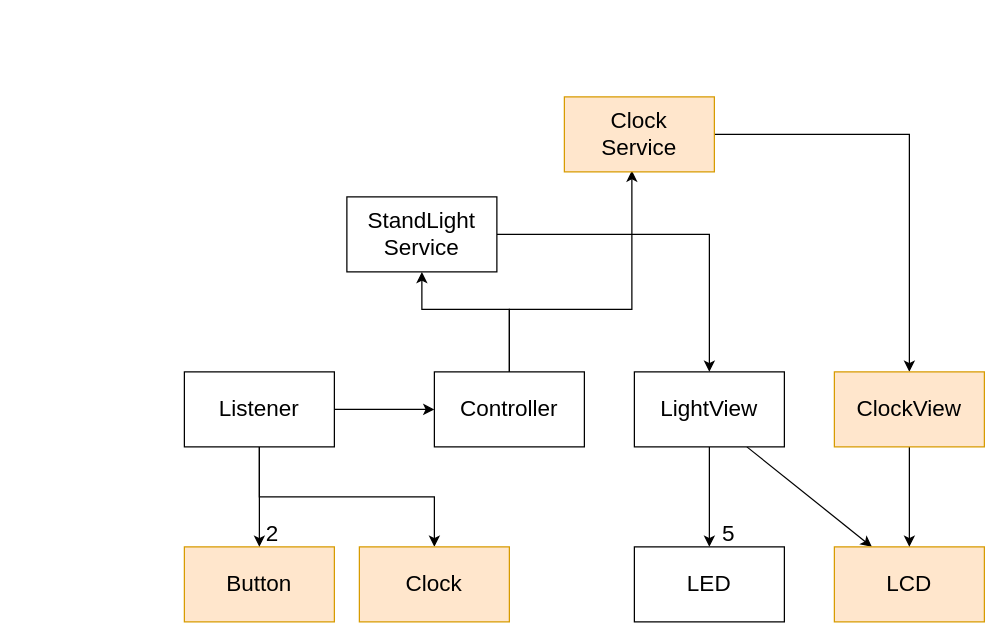
Earlier version of the draw.io diagram page "페이지-1" (1 of 2) of sw_design/architecture.drawio (kingyeonsu/StandLight_with_Clock-Temperature). Source tidied: cells renumbered, new cells numbered last; positions are measured from the earlier drawing's top-left corner, leaving out a move shared by most shapes. Both pictures are drawn from the tidied source at 125%, with x=0, y=0 at pixel (184, 96).
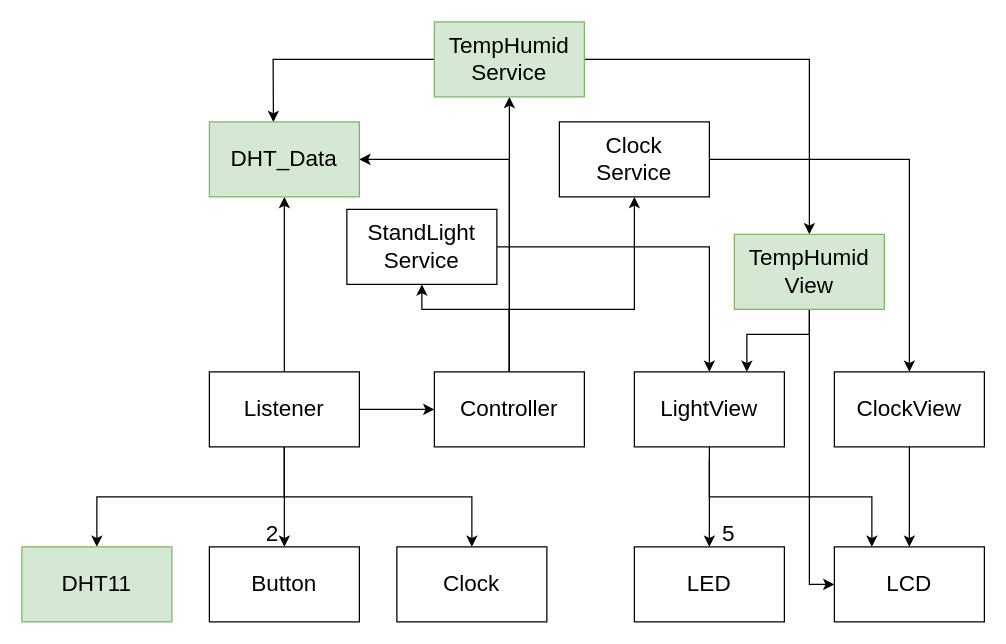
The same page after the edit.

Unchanged cells that the change refers to:
```xml
<mxCell id="10" value="Controller" style="whiteSpace=wrap;html=1;fontSize=18;" parent="1" vertex="1">
  <mxGeometry x="200" y="220" width="120" height="60" as="geometry" />
</mxCell>
<mxCell id="13" value="LightView" style="whiteSpace=wrap;html=1;fontSize=18;" parent="1" vertex="1">
  <mxGeometry x="360" y="220" width="120" height="60" as="geometry" />
</mxCell>
```

What changed in the source:
```diff
@@
-    <mxCell id="2" value="Button" style="whiteSpace=wrap;html=1;fontSize=18;fillColor=#ffe6cc;strokeColor=#d79b00;" parent="1" vertex="1">
-      <mxGeometry y="360" width="120" height="60" as="geometry" />
+    <mxCell id="2" value="Button" style="whiteSpace=wrap;html=1;fontSize=18;" parent="1" vertex="1">
+      <mxGeometry x="20" y="360" width="120" height="60" as="geometry" />
     </mxCell>
@@
     <mxCell id="5" style="edgeStyle=none;rounded=0;html=1;entryX=0.5;entryY=0;entryDx=0;entryDy=0;fontSize=17;" parent="1" edge="1" source="6" target="24">
       <mxGeometry relative="1" as="geometry">
         <Array as="points">
-          <mxPoint x="60" y="320" />
-          <mxPoint x="200" y="320" />
+          <mxPoint x="80" y="320" />
+          <mxPoint x="180" y="320" />
+          <mxPoint x="230" y="320" />
         </Array>
       </mxGeometry>
     </mxCell>
+    <mxCell id="25" style="edgeStyle=none;html=1;entryX=0.5;entryY=0;entryDx=0;entryDy=0;rounded=0;" parent="1" edge="1" source="6" target="29">
+      <mxGeometry relative="1" as="geometry">
+        <Array as="points">
+          <mxPoint x="80" y="320" />
+          <mxPoint x="-70" y="320" />
+        </Array>
+      </mxGeometry>
+    </mxCell>
+    <mxCell id="26" style="edgeStyle=none;rounded=0;html=1;entryX=0.5;entryY=1;entryDx=0;entryDy=0;" parent="1" edge="1" source="6" target="36">
+      <mxGeometry relative="1" as="geometry" />
+    </mxCell>
     <mxCell id="6" value="Listener" style="whiteSpace=wrap;html=1;fontSize=18;" parent="1" vertex="1">
-      <mxGeometry y="220" width="120" height="60" as="geometry" />
+      <mxGeometry x="20" y="220" width="120" height="60" as="geometry" />
     </mxCell>
@@
+    <mxCell id="9" style="edgeStyle=none;rounded=0;html=1;entryX=0.5;entryY=1;entryDx=0;entryDy=0;fontSize=18;strokeColor=default;" parent="1" edge="1" source="10" target="16">
+      <mxGeometry relative="1" as="geometry">
+        <Array as="points">
+          <mxPoint x="260" y="170" />
+          <mxPoint x="190" y="170" />
+        </Array>
+      </mxGeometry>
+    </mxCell>
+    <mxCell id="27" style="edgeStyle=none;rounded=0;html=1;entryX=0.5;entryY=1;entryDx=0;entryDy=0;" parent="1" edge="1" source="10" target="32">
+      <mxGeometry relative="1" as="geometry">
+        <Array as="points">
+          <mxPoint x="260" y="170" />
+        </Array>
+      </mxGeometry>
+    </mxCell>
+    <mxCell id="28" style="edgeStyle=none;rounded=0;html=1;entryX=1;entryY=0.5;entryDx=0;entryDy=0;" parent="1" edge="1" source="10" target="36">
+      <mxGeometry relative="1" as="geometry">
+        <Array as="points">
+          <mxPoint x="260" y="50" />
+        </Array>
+      </mxGeometry>
+    </mxCell>
-    <mxCell id="8" style="edgeStyle=none;html=1;entryX=0.45;entryY=0.983;entryDx=0;entryDy=0;entryPerimeter=0;rounded=0;" parent="1" edge="1" source="10" target="21">
+    <mxCell id="8" style="edgeStyle=none;rounded=0;html=1;entryX=0.5;entryY=1;entryDx=0;entryDy=0;" parent="1" edge="1" source="10" target="21">
       <mxGeometry relative="1" as="geometry">
         <Array as="points">
           <mxPoint x="260" y="170" />
-          <mxPoint x="358" y="170" />
+          <mxPoint x="360" y="170" />
         </Array>
       </mxGeometry>
     </mxCell>
-    <mxCell id="9" style="edgeStyle=none;rounded=0;html=1;entryX=0.5;entryY=1;entryDx=0;entryDy=0;fontSize=18;strokeColor=default;" parent="1" edge="1" source="10" target="16">
-      <mxGeometry relative="1" as="geometry">
-        <Array as="points">
-          <mxPoint x="260" y="170" />
-          <mxPoint x="190" y="170" />
-        </Array>
-      </mxGeometry>
-    </mxCell>
@@
-    <mxCell id="12" style="edgeStyle=none;html=1;entryX=0.25;entryY=0;entryDx=0;entryDy=0;exitX=0.75;exitY=1;exitDx=0;exitDy=0;" parent="1" edge="1" source="13" target="17">
-      <mxGeometry relative="1" as="geometry" />
+    <mxCell id="12" style="edgeStyle=none;html=1;entryX=0.25;entryY=0;entryDx=0;entryDy=0;rounded=0;" parent="1" edge="1" target="17">
+      <mxGeometry relative="1" as="geometry">
+        <mxPoint x="420" y="290" as="sourcePoint" />
+        <Array as="points">
+          <mxPoint x="420" y="320" />
+          <mxPoint x="550" y="320" />
+        </Array>
+      </mxGeometry>
     </mxCell>
@@
     <mxCell id="16" value="StandLight&lt;br&gt;Service" style="whiteSpace=wrap;html=1;fontSize=18;" parent="1" vertex="1">
-      <mxGeometry x="130" y="80" width="120" height="60" as="geometry" />
+      <mxGeometry x="130" y="90" width="120" height="60" as="geometry" />
     </mxCell>
-    <mxCell id="17" value="LCD" style="whiteSpace=wrap;html=1;fontSize=18;fillColor=#ffe6cc;strokeColor=#d79b00;" parent="1" vertex="1">
+    <mxCell id="17" value="LCD" style="whiteSpace=wrap;html=1;fontSize=18;" parent="1" vertex="1">
       <mxGeometry x="520" y="360" width="120" height="60" as="geometry" />
     </mxCell>
@@
-    <mxCell id="20" style="edgeStyle=none;html=1;entryX=0.5;entryY=0;entryDx=0;entryDy=0;rounded=0;" parent="1" edge="1" source="21" target="23">
+    <mxCell id="20" style="edgeStyle=none;rounded=0;html=1;entryX=0.5;entryY=0;entryDx=0;entryDy=0;" parent="1" edge="1" source="21" target="23">
       <mxGeometry relative="1" as="geometry">
         <Array as="points">
-          <mxPoint x="580" y="30" />
+          <mxPoint x="580" y="50" />
         </Array>
       </mxGeometry>
     </mxCell>
-    <mxCell id="21" value="Clock&lt;br&gt;Service" style="whiteSpace=wrap;html=1;fontSize=18;fillColor=#ffe6cc;strokeColor=#d79b00;" parent="1" vertex="1">
-      <mxGeometry x="304" width="120" height="60" as="geometry" />
+    <mxCell id="21" value="Clock&lt;br&gt;Service" style="whiteSpace=wrap;html=1;fontSize=18;" parent="1" vertex="1">
+      <mxGeometry x="300" y="20" width="120" height="60" as="geometry" />
     </mxCell>
@@
-    <mxCell id="23" value="ClockView" style="whiteSpace=wrap;html=1;fontSize=18;fillColor=#ffe6cc;strokeColor=#d79b00;" parent="1" vertex="1">
+    <mxCell id="23" value="ClockView" style="whiteSpace=wrap;html=1;fontSize=18;" parent="1" vertex="1">
       <mxGeometry x="520" y="220" width="120" height="60" as="geometry" />
     </mxCell>
-    <mxCell id="24" value="Clock" style="whiteSpace=wrap;html=1;fontSize=18;fillColor=#ffe6cc;strokeColor=#d79b00;" parent="1" vertex="1">
-      <mxGeometry x="140" y="360" width="120" height="60" as="geometry" />
+    <mxCell id="24" value="Clock" style="whiteSpace=wrap;html=1;fontSize=18;" parent="1" vertex="1">
+      <mxGeometry x="170" y="360" width="120" height="60" as="geometry" />
     </mxCell>
+    <mxCell id="29" value="DHT11" style="whiteSpace=wrap;html=1;fontSize=18;fillColor=#d5e8d4;strokeColor=#82b366;" parent="1" vertex="1">
+      <mxGeometry x="-130" y="360" width="120" height="60" as="geometry" />
+    </mxCell>
+    <mxCell id="30" style="edgeStyle=none;rounded=0;html=1;entryX=0.5;entryY=0;entryDx=0;entryDy=0;" parent="1" edge="1" source="32" target="35">
+      <mxGeometry relative="1" as="geometry">
+        <Array as="points">
+          <mxPoint x="500" y="-30" />
+        </Array>
+      </mxGeometry>
+    </mxCell>
+    <mxCell id="31" style="edgeStyle=none;rounded=0;html=1;entryX=0.427;entryY=0.003;entryDx=0;entryDy=0;entryPerimeter=0;" parent="1" edge="1" source="32" target="36">
+      <mxGeometry relative="1" as="geometry">
+        <Array as="points">
+          <mxPoint x="71" y="-30" />
+        </Array>
+      </mxGeometry>
+    </mxCell>
+    <mxCell id="32" value="TempHumid&lt;br&gt;Service" style="whiteSpace=wrap;html=1;fontSize=18;fillColor=#d5e8d4;strokeColor=#82b366;" parent="1" vertex="1">
+      <mxGeometry x="200" y="-60" width="120" height="60" as="geometry" />
+    </mxCell>
+    <mxCell id="33" style="edgeStyle=none;rounded=0;html=1;entryX=0;entryY=0.5;entryDx=0;entryDy=0;" parent="1" edge="1" source="35" target="17">
+      <mxGeometry relative="1" as="geometry">
+        <Array as="points">
+          <mxPoint x="500" y="390" />
+        </Array>
+      </mxGeometry>
+    </mxCell>
+    <mxCell id="34" style="edgeStyle=none;rounded=0;html=1;entryX=0.75;entryY=0;entryDx=0;entryDy=0;" parent="1" edge="1" source="35" target="13">
+      <mxGeometry relative="1" as="geometry">
+        <Array as="points">
+          <mxPoint x="500" y="190" />
+          <mxPoint x="450" y="190" />
+        </Array>
+      </mxGeometry>
+    </mxCell>
+    <mxCell id="35" value="TempHumid&lt;br&gt;View" style="whiteSpace=wrap;html=1;fontSize=18;fillColor=#d5e8d4;strokeColor=#82b366;" parent="1" vertex="1">
+      <mxGeometry x="440" y="110" width="120" height="60" as="geometry" />
+    </mxCell>
+    <mxCell id="36" value="DHT_Data" style="whiteSpace=wrap;html=1;fontSize=18;fillColor=#d5e8d4;strokeColor=#82b366;" parent="1" vertex="1">
+      <mxGeometry x="20" y="20" width="120" height="60" as="geometry" />
+    </mxCell>
```
